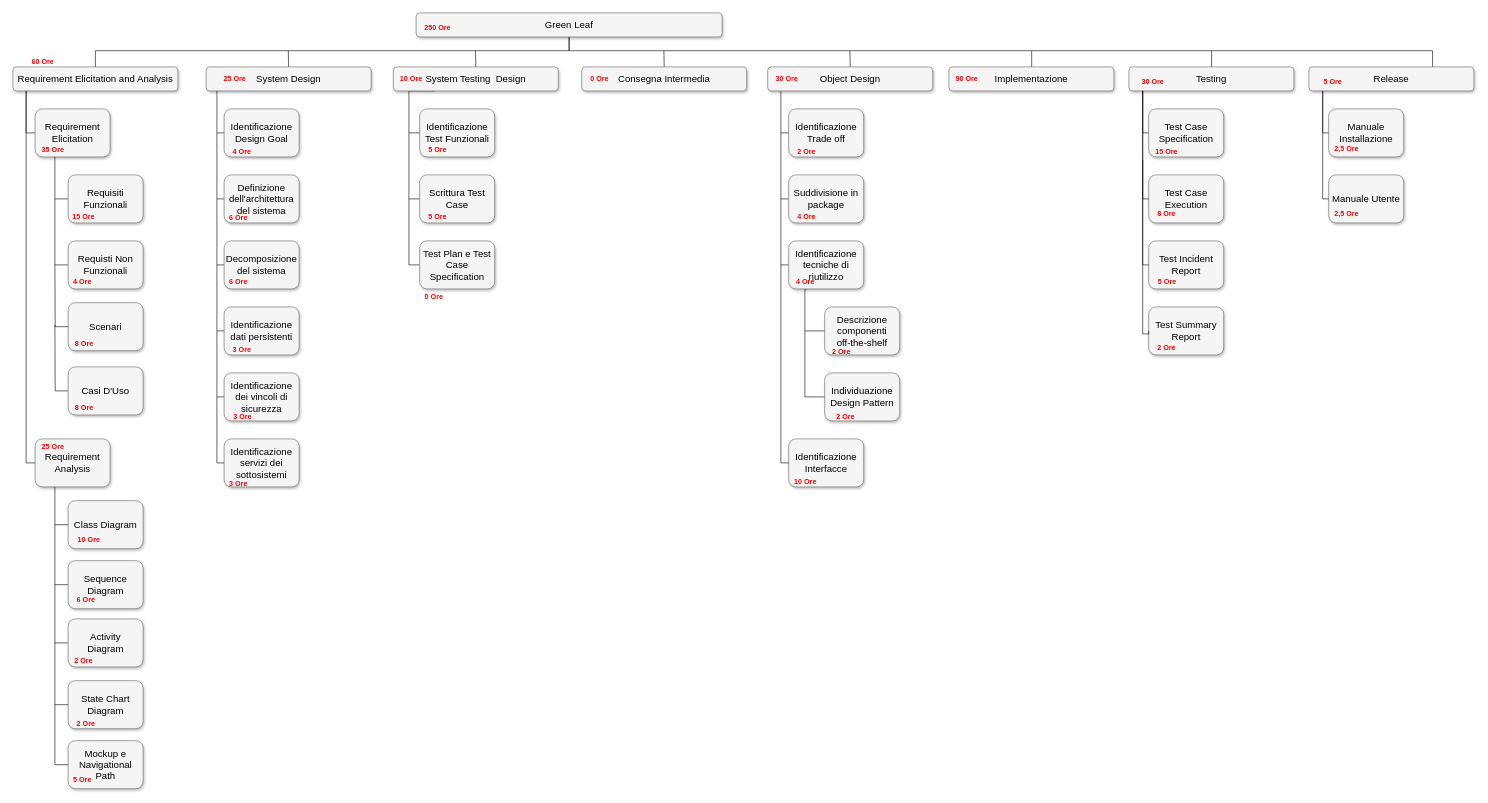
Earlier version of the draw.io diagram page "Pagina-2" (2 of 2) of Documenti/WBS/WBS_GreenLeaf.drawio (AnttGiam/Green-Leaf). Source tidied: cells renumbered, new cells numbered last; positions are measured from the earlier drawing's top-left corner, leaving out a move shared by most shapes. Both pictures are drawn from the tidied source at 60%, with x=0, y=0 at pixel (13, 13).
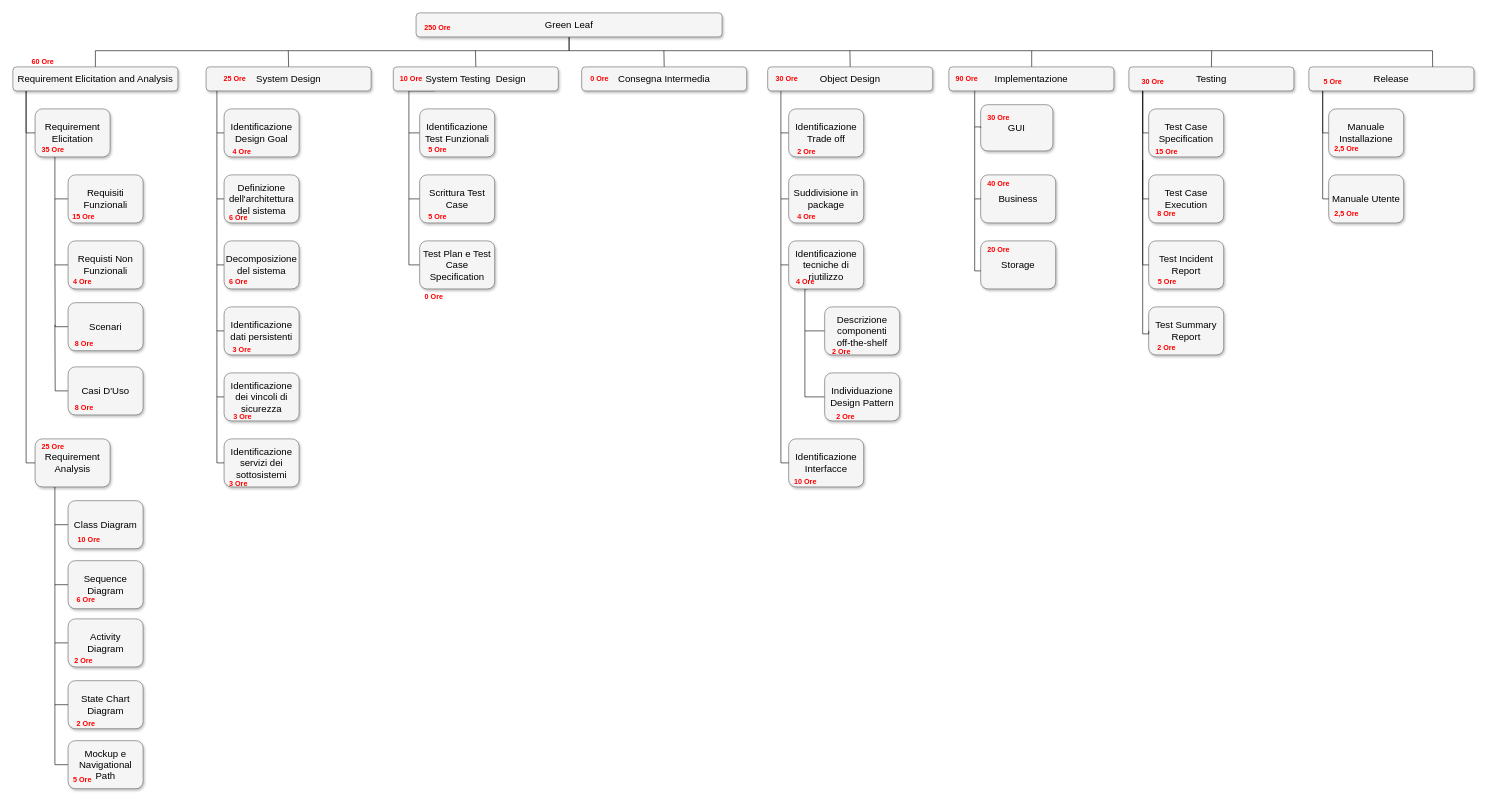
The same page after the edit.

Change to the diagram source:
```diff
@@
+    <mxCell id="124" value="GUI" style="whiteSpace=wrap;html=1;rounded=1;shadow=1;strokeWidth=1;fontSize=16;align=center;fillColor=#f5f5f5;strokeColor=#666666;" parent="1" vertex="1">
+      <mxGeometry x="1613" y="153" width="120.3" height="77" as="geometry" />
+    </mxCell>
+    <mxCell id="125" value="Business" style="whiteSpace=wrap;html=1;rounded=1;shadow=1;strokeWidth=1;fontSize=16;align=center;fillColor=#f5f5f5;strokeColor=#666666;" parent="1" vertex="1">
+      <mxGeometry x="1613" y="270" width="125" height="80" as="geometry" />
+    </mxCell>
+    <mxCell id="126" style="edgeStyle=orthogonalEdgeStyle;html=1;startSize=6;endFill=0;endSize=6;strokeWidth=1;fontSize=16;rounded=0;endArrow=none;entryX=0;entryY=0.5;entryDx=0;entryDy=0;" parent="1" edge="1" target="124">
+      <mxGeometry relative="1" as="geometry">
+        <mxPoint x="1603" y="130" as="sourcePoint" />
+        <Array as="points">
+          <mxPoint x="1603" y="190" />
+        </Array>
+      </mxGeometry>
+    </mxCell>
+    <mxCell id="127" value="Storage" style="whiteSpace=wrap;html=1;rounded=1;shadow=1;strokeWidth=1;fontSize=16;align=center;fillColor=#f5f5f5;strokeColor=#666666;" parent="1" vertex="1">
+      <mxGeometry x="1613" y="380" width="125" height="80" as="geometry" />
+    </mxCell>
+    <mxCell id="128" style="endArrow=none;html=1;rounded=0;exitX=0;exitY=0.5;exitDx=0;exitDy=0;" parent="1" edge="1" source="125">
+      <mxGeometry relative="1" as="geometry">
+        <mxPoint x="1603" y="190" as="targetPoint" />
+        <Array as="points">
+          <mxPoint x="1603" y="310" />
+        </Array>
+      </mxGeometry>
+    </mxCell>
+    <mxCell id="129" style="endArrow=none;html=1;rounded=0;exitX=0;exitY=0.5;exitDx=0;exitDy=0;" parent="1" edge="1">
+      <mxGeometry relative="1" as="geometry">
+        <mxPoint x="1613" y="430" as="sourcePoint" />
+        <mxPoint x="1603" y="310" as="targetPoint" />
+        <Array as="points">
+          <mxPoint x="1603" y="430" />
+        </Array>
+      </mxGeometry>
+    </mxCell>
+    <mxCell id="130" value="&lt;font color=&quot;#ff0000&quot;&gt;&lt;b&gt;20 Ore&lt;/b&gt;&lt;/font&gt;" style="text;html=1;strokeColor=none;fillColor=none;align=center;verticalAlign=middle;whiteSpace=wrap;rounded=0;" parent="1" vertex="1">
+      <mxGeometry x="1613" y="380" width="60" height="30" as="geometry" />
+    </mxCell>
+    <mxCell id="131" value="&lt;font color=&quot;#ff0000&quot;&gt;&lt;b&gt;30 Ore&lt;/b&gt;&lt;/font&gt;" style="text;html=1;strokeColor=none;fillColor=none;align=center;verticalAlign=middle;whiteSpace=wrap;rounded=0;" parent="1" vertex="1">
+      <mxGeometry x="1613" y="160" width="60" height="30" as="geometry" />
+    </mxCell>
+    <mxCell id="132" value="&lt;font color=&quot;#ff0000&quot;&gt;&lt;b&gt;40 Ore&lt;/b&gt;&lt;/font&gt;" style="text;html=1;strokeColor=none;fillColor=none;align=center;verticalAlign=middle;whiteSpace=wrap;rounded=0;" parent="1" vertex="1">
+      <mxGeometry x="1613" y="270" width="60" height="30" as="geometry" />
+    </mxCell>
```
